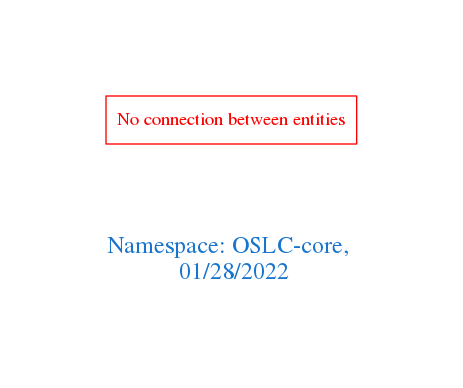
Above: downloads/OSLC-core.png in arago/OGIT (Graphviz), before the change. Its source is kept beside it as downloads/OSLC-core.dot.
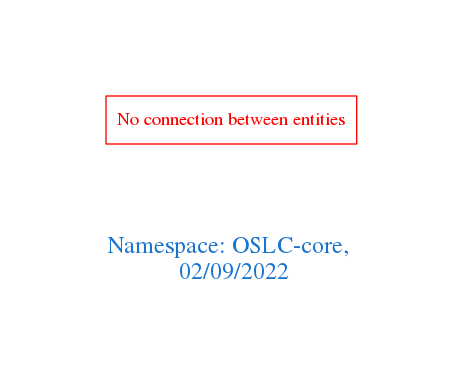
The same diagram one commit later.

Change to the diagram source:
```diff
@@ -1,7 +1,7 @@
 digraph OGIT_ontology {
  graph [ rankdir= LR,pad=1
 fontsize = 18,
-fontcolor= dodgerblue3,label = "\n\n\nNamespace: OSLC-core, \n 01/28/2022"];
+fontcolor= dodgerblue3,label = "\n\n\nNamespace: OSLC-core, \n 02/09/2022"];
 node[shape=polygon];
 edge [  color="gray81"];
 
```
